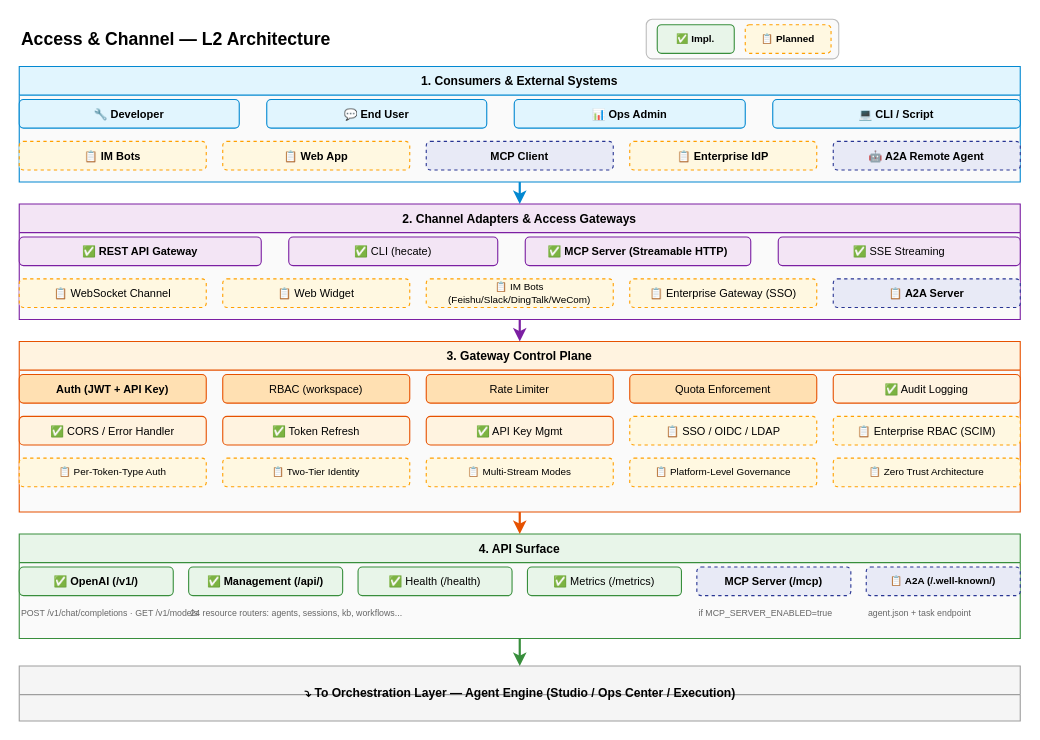
Earlier version of the draw.io diagram docs/design/hardware/access-channel-l2.drawio (xueyufish/hecate). Source tidied: cells renumbered, new cells numbered last; positions are measured from the earlier drawing's top-left corner, leaving out a move shared by most shapes. Both pictures are drawn from the tidied source at 110%, with x=0, y=0 at pixel (19, 19).
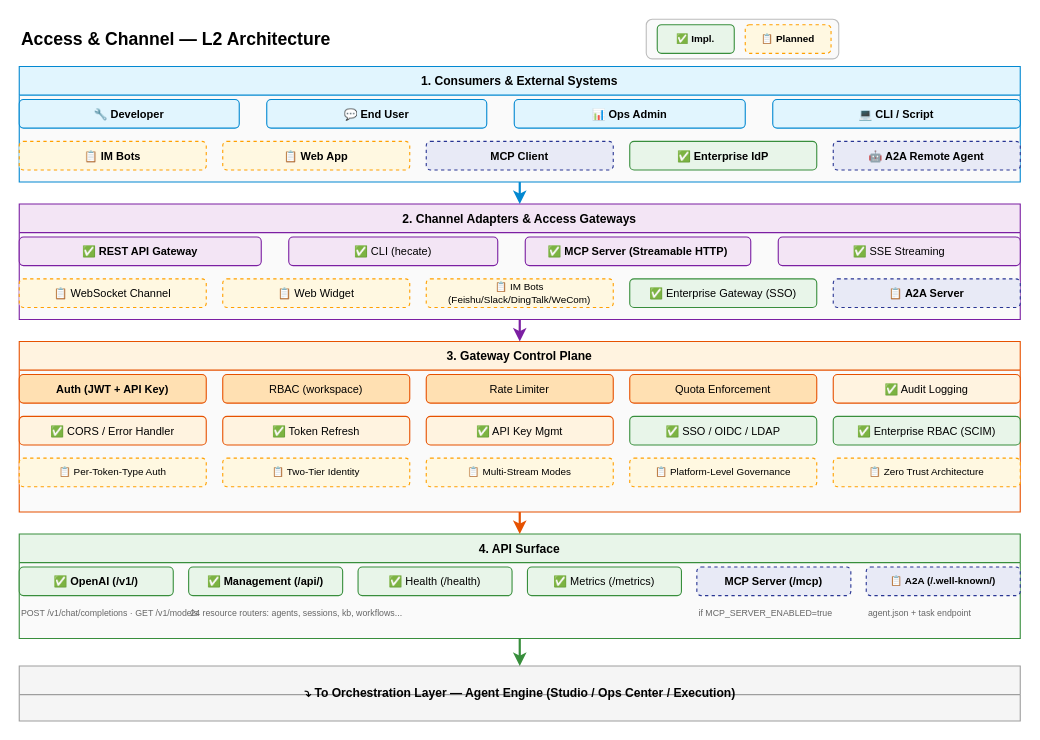
The same page after the edit.

The change refers to these unchanged cells:
```xml
<mxCell id="6" value="1. Consumers &amp; External Systems" style="swimlane;startSize=26;fillColor=#E1F5FE;strokeColor=#0288D1;fontSize=11;fontStyle=1;swimlaneFillColor=#FAFAFA;" parent="1" vertex="1">
  <mxGeometry y="43" width="910" height="105" as="geometry" />
</mxCell>
<mxCell id="16" value="2. Channel Adapters &amp; Access Gateways" style="swimlane;startSize=26;fillColor=#F3E5F5;strokeColor=#7B1FA2;fontSize=11;fontStyle=1;swimlaneFillColor=#FAFAFA;" parent="1" vertex="1">
  <mxGeometry y="168" width="910" height="105" as="geometry" />
</mxCell>
<mxCell id="26" value="3. Gateway Control Plane" style="swimlane;startSize=26;fillColor=#FFF3E0;strokeColor=#E65100;fontSize=11;fontStyle=1;swimlaneFillColor=#FAFAFA;" parent="1" vertex="1">
  <mxGeometry y="293" width="910" height="155" as="geometry" />
</mxCell>
```

Change to the diagram source:
```diff
@@
-    <mxCell id="14" value="📋 Enterprise IdP" style="rounded=1;whiteSpace=wrap;html=1;fillColor=#FFF8E1;strokeColor=#FFA000;fontSize=10;fontStyle=1;dashed=1;" parent="6" vertex="1">
+    <mxCell id="14" value="✅ Enterprise IdP" style="rounded=1;whiteSpace=wrap;html=1;fillColor=#E8F5E9;strokeColor=#388E3C;fontSize=10;fontStyle=1;" parent="6" vertex="1">
       <mxGeometry x="555" y="68" width="170" height="26" as="geometry" />
     </mxCell>
@@
-    <mxCell id="24" value="📋 Enterprise Gateway (SSO)" style="rounded=1;whiteSpace=wrap;html=1;fillColor=#FFF8E1;strokeColor=#FFA000;fontSize=10;dashed=1;" parent="16" vertex="1">
+    <mxCell id="24" value="✅ Enterprise Gateway (SSO)" style="rounded=1;whiteSpace=wrap;html=1;fillColor=#E8F5E9;strokeColor=#388E3C;fontSize=10;" parent="16" vertex="1">
       <mxGeometry x="555" y="68" width="170" height="26" as="geometry" />
     </mxCell>
@@
-    <mxCell id="35" value="📋 SSO / OIDC / LDAP" style="rounded=1;whiteSpace=wrap;html=1;fillColor=#FFF8E1;strokeColor=#FFA000;fontSize=10;dashed=1;" parent="26" vertex="1">
+    <mxCell id="35" value="✅ SSO / OIDC / LDAP" style="rounded=1;whiteSpace=wrap;html=1;fillColor=#E8F5E9;strokeColor=#388E3C;fontSize=10;" parent="26" vertex="1">
       <mxGeometry x="555" y="68" width="170" height="26" as="geometry" />
     </mxCell>
-    <mxCell id="36" value="📋 Enterprise RBAC (SCIM)" style="rounded=1;whiteSpace=wrap;html=1;fillColor=#FFF8E1;strokeColor=#FFA000;fontSize=10;dashed=1;" parent="26" vertex="1">
+    <mxCell id="36" value="✅ Enterprise RBAC (SCIM)" style="rounded=1;whiteSpace=wrap;html=1;fillColor=#E8F5E9;strokeColor=#388E3C;fontSize=10;" parent="26" vertex="1">
       <mxGeometry x="740" y="68" width="170" height="26" as="geometry" />
     </mxCell>
```
